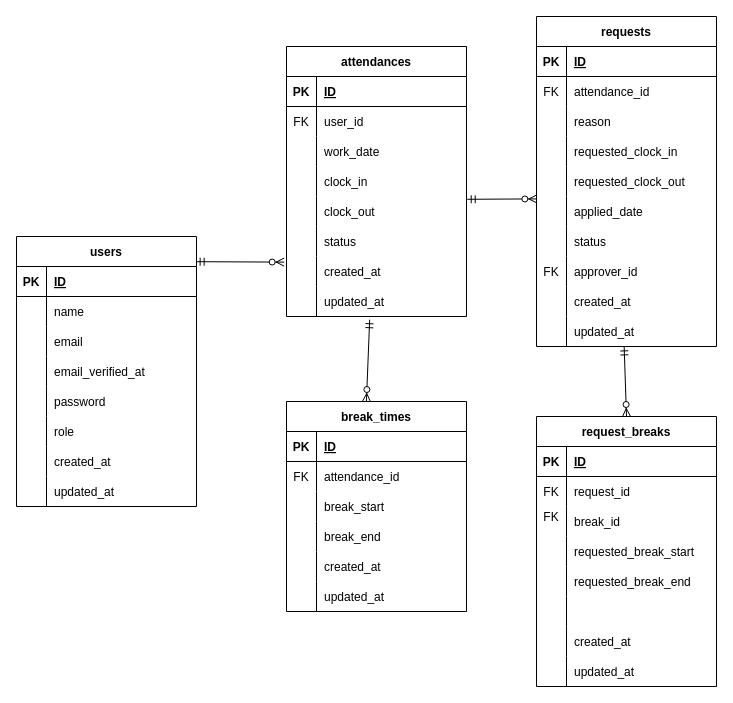
This is ER.drawio from nishimiyu0313/yamada-attendanceapp, a draw.io file, before an edit. Source tidied: cells renumbered, new cells numbered last; positions are measured from the earlier drawing's top-left corner, leaving out a move shared by most shapes. Both pictures are drawn from the tidied source at 100%, with x=0, y=0 at pixel (16, 16).
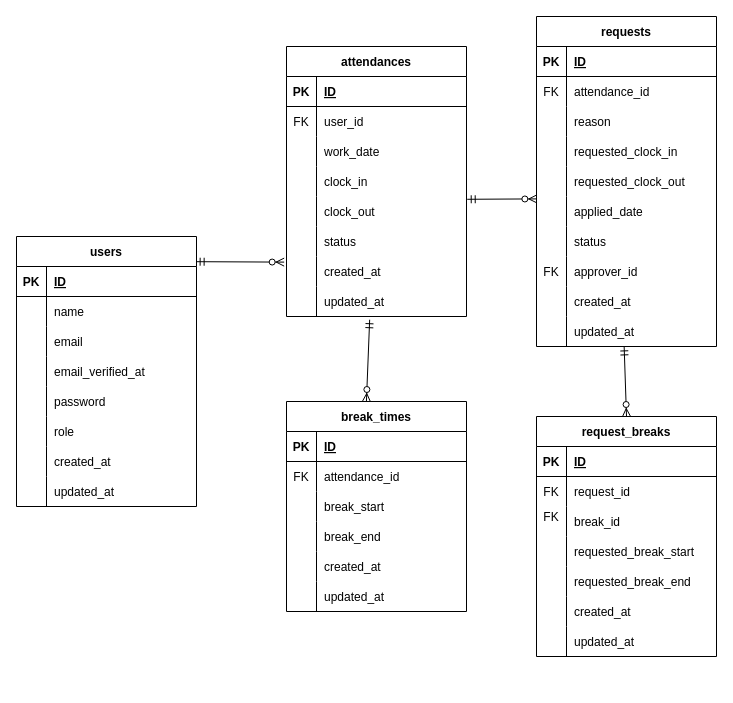
Above is the later version.

The edit, as a diff of the source:
```diff
@@
     <mxCell id="102" value="request_breaks" style="shape=table;startSize=30;childLayout=tableLayout;rowLines=0;fontStyle=1;align=center;" parent="1" vertex="1">
-      <mxGeometry x="520" y="400" width="180" height="270" as="geometry" />
+      <mxGeometry x="520" y="400" width="180" height="240" as="geometry" />
     </mxCell>
@@
-    <mxCell id="118" style="shape=tableRow;horizontal=0;startSize=0;swimlaneHead=0;swimlaneBody=0;fillColor=none;top=0;left=0;right=0;bottom=0;" parent="102" vertex="1">
-      <mxGeometry y="180" width="180" height="30" as="geometry" />
-    </mxCell>
-    <mxCell id="119" style="shape=partialRectangle;fillColor=none;top=0;left=0;bottom=0;right=0;overflow=hidden;" parent="118" vertex="1">
-      <mxGeometry width="30" height="30" as="geometry" />
-    </mxCell>
-    <mxCell id="120" style="shape=partialRectangle;fillColor=none;top=0;left=0;bottom=0;right=0;align=left;spacingLeft=6;overflow=hidden;" parent="118" vertex="1">
-      <mxGeometry x="30" width="150" height="30" as="geometry" />
-    </mxCell>
     <mxCell id="121" style="shape=tableRow;horizontal=0;startSize=0;swimlaneHead=0;swimlaneBody=0;fillColor=none;top=0;left=0;right=0;bottom=0;" parent="102" vertex="1">
-      <mxGeometry y="210" width="180" height="30" as="geometry" />
+      <mxGeometry y="180" width="180" height="30" as="geometry" />
     </mxCell>
@@
     <mxCell id="124" style="shape=tableRow;horizontal=0;startSize=0;swimlaneHead=0;swimlaneBody=0;fillColor=none;top=0;left=0;right=0;bottom=0;" parent="102" vertex="1">
-      <mxGeometry y="240" width="180" height="30" as="geometry" />
+      <mxGeometry y="210" width="180" height="30" as="geometry" />
     </mxCell>
```
